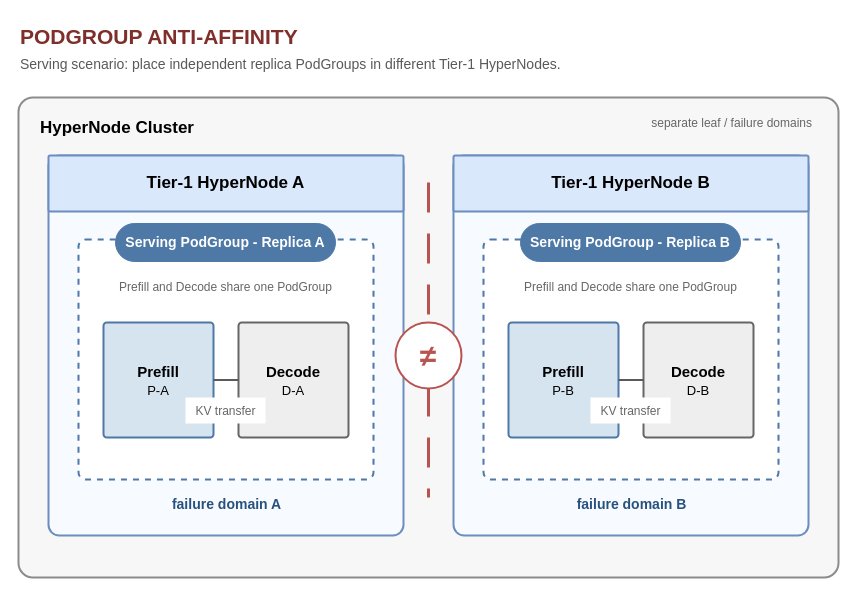
JesseStutler/volcano keeps this draw.io diagram as docs/images/network-topology/podgroup-antiaffinity-hypernode.drawio. Above is the earlier version. Source tidied: cells renumbered, new cells numbered last; positions are measured from the earlier drawing's top-left corner, leaving out a move shared by most shapes. Both pictures are drawn from the tidied source at 100%, with x=0, y=0 at pixel (18, 17).
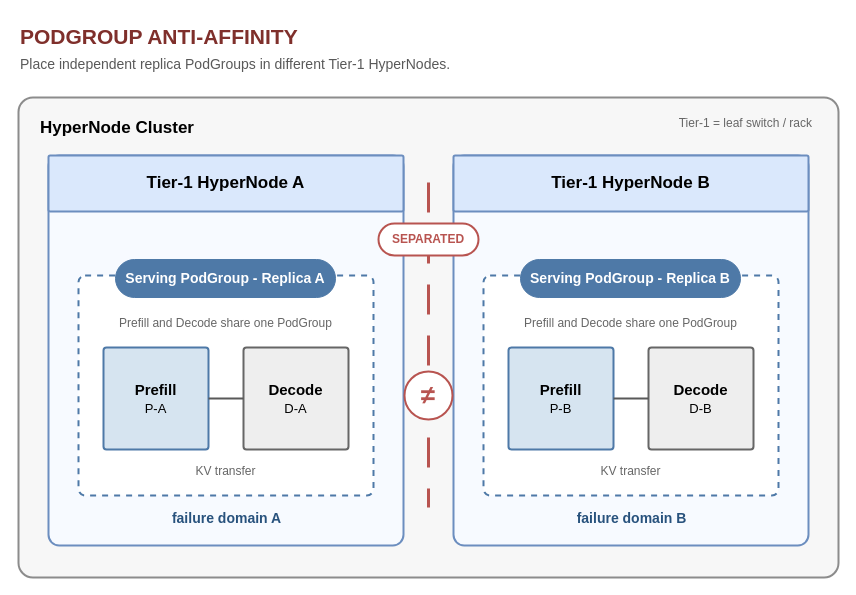
The same page after the edit.

Commit message (it also covers changes not shown here):
docs: contrast PodGroup placement policies

What changed in the source:
```diff
@@
-    <mxCell id="3" value="Serving scenario: place independent replica PodGroups in different Tier-1 HyperNodes." style="text;html=1;strokeColor=none;fillColor=none;fontSize=14;fontColor=#595959;align=left;" parent="1" vertex="1">
+    <mxCell id="3" value="Place independent replica PodGroups in different Tier-1 HyperNodes." style="text;html=1;strokeColor=none;fillColor=none;fontSize=14;fontColor=#595959;align=left;" parent="1" vertex="1">
       <mxGeometry y="32" width="700" height="28" as="geometry" />
     </mxCell>
@@
-    <mxCell id="5" value="separate leaf / failure domains" style="text;html=1;strokeColor=none;fillColor=none;fontSize=12;fontColor=#666666;align=right;" parent="1" vertex="1">
+    <mxCell id="5" value="Tier-1 = leaf switch / rack" style="text;html=1;strokeColor=none;fillColor=none;fontSize=12;fontColor=#666666;align=right;" parent="1" vertex="1">
       <mxGeometry x="610" y="92" width="185" height="25" as="geometry" />
     </mxCell>
     <mxCell id="6" style="rounded=1;arcSize=3;whiteSpace=wrap;html=1;fillColor=#f7faff;strokeColor=#6c8ebf;strokeWidth=2;" parent="1" vertex="1">
-      <mxGeometry x="30" y="138" width="355" height="380" as="geometry" />
+      <mxGeometry x="30" y="138" width="355" height="390" as="geometry" />
     </mxCell>
@@
     <mxCell id="8" value="Prefill and Decode share one PodGroup" style="rounded=1;arcSize=3;whiteSpace=wrap;html=1;fillColor=#ffffff;strokeColor=#4e79a7;strokeWidth=2;dashed=1;verticalAlign=top;spacingTop=34;fontSize=12;fontColor=#666666;" parent="1" vertex="1">
-      <mxGeometry x="60" y="222" width="295" height="240" as="geometry" />
+      <mxGeometry x="60" y="258" width="295" height="220" as="geometry" />
     </mxCell>
     <mxCell id="9" value="&lt;font color=&quot;#ffffff&quot;&gt;&lt;b&gt;Serving PodGroup - Replica A&lt;/b&gt;&lt;/font&gt;" style="rounded=1;arcSize=50;whiteSpace=wrap;html=1;fillColor=#4e79a7;strokeColor=#4e79a7;fontSize=14;" parent="1" vertex="1">
-      <mxGeometry x="97" y="206" width="220" height="38" as="geometry" />
+      <mxGeometry x="97" y="242" width="220" height="38" as="geometry" />
     </mxCell>
     <mxCell id="10" value="&lt;b&gt;Prefill&lt;/b&gt;&lt;br&gt;&lt;font size=&quot;2&quot;&gt;P-A&lt;/font&gt;" style="rounded=1;arcSize=3;whiteSpace=wrap;html=1;fillColor=#d6e4f0;strokeColor=#4e79a7;strokeWidth=2;fontSize=15;" parent="1" vertex="1">
-      <mxGeometry x="85" y="305" width="110" height="115" as="geometry" />
+      <mxGeometry x="85" y="330" width="105" height="102" as="geometry" />
     </mxCell>
     <mxCell id="11" value="&lt;b&gt;Decode&lt;/b&gt;&lt;br&gt;&lt;font size=&quot;2&quot;&gt;D-A&lt;/font&gt;" style="rounded=1;arcSize=3;whiteSpace=wrap;html=1;fillColor=#eeeeee;strokeColor=#666666;strokeWidth=2;fontSize=15;" parent="1" vertex="1">
-      <mxGeometry x="220" y="305" width="110" height="115" as="geometry" />
+      <mxGeometry x="225" y="330" width="105" height="102" as="geometry" />
     </mxCell>
@@
     <mxCell id="13" value="KV transfer" style="text;html=1;strokeColor=none;fillColor=#ffffff;fontSize=12;fontColor=#666666;align=center;" parent="1" vertex="1">
-      <mxGeometry x="167" y="380" width="80" height="26" as="geometry" />
+      <mxGeometry x="167" y="440" width="80" height="26" as="geometry" />
     </mxCell>
     <mxCell id="14" value="&lt;b&gt;failure domain A&lt;/b&gt;" style="text;html=1;strokeColor=none;fillColor=none;fontSize=14;fontColor=#28527d;align=center;" parent="1" vertex="1">
-      <mxGeometry x="120" y="472" width="175" height="28" as="geometry" />
+      <mxGeometry x="120" y="486" width="175" height="28" as="geometry" />
     </mxCell>
     <mxCell id="15" style="rounded=1;arcSize=3;whiteSpace=wrap;html=1;fillColor=#f7faff;strokeColor=#6c8ebf;strokeWidth=2;" parent="1" vertex="1">
-      <mxGeometry x="435" y="138" width="355" height="380" as="geometry" />
+      <mxGeometry x="435" y="138" width="355" height="390" as="geometry" />
     </mxCell>
@@
     <mxCell id="17" value="Prefill and Decode share one PodGroup" style="rounded=1;arcSize=3;whiteSpace=wrap;html=1;fillColor=#ffffff;strokeColor=#4e79a7;strokeWidth=2;dashed=1;verticalAlign=top;spacingTop=34;fontSize=12;fontColor=#666666;" parent="1" vertex="1">
-      <mxGeometry x="465" y="222" width="295" height="240" as="geometry" />
+      <mxGeometry x="465" y="258" width="295" height="220" as="geometry" />
     </mxCell>
     <mxCell id="18" value="&lt;font color=&quot;#ffffff&quot;&gt;&lt;b&gt;Serving PodGroup - Replica B&lt;/b&gt;&lt;/font&gt;" style="rounded=1;arcSize=50;whiteSpace=wrap;html=1;fillColor=#4e79a7;strokeColor=#4e79a7;fontSize=14;" parent="1" vertex="1">
-      <mxGeometry x="502" y="206" width="220" height="38" as="geometry" />
+      <mxGeometry x="502" y="242" width="220" height="38" as="geometry" />
     </mxCell>
     <mxCell id="19" value="&lt;b&gt;Prefill&lt;/b&gt;&lt;br&gt;&lt;font size=&quot;2&quot;&gt;P-B&lt;/font&gt;" style="rounded=1;arcSize=3;whiteSpace=wrap;html=1;fillColor=#d6e4f0;strokeColor=#4e79a7;strokeWidth=2;fontSize=15;" parent="1" vertex="1">
-      <mxGeometry x="490" y="305" width="110" height="115" as="geometry" />
+      <mxGeometry x="490" y="330" width="105" height="102" as="geometry" />
     </mxCell>
     <mxCell id="20" value="&lt;b&gt;Decode&lt;/b&gt;&lt;br&gt;&lt;font size=&quot;2&quot;&gt;D-B&lt;/font&gt;" style="rounded=1;arcSize=3;whiteSpace=wrap;html=1;fillColor=#eeeeee;strokeColor=#666666;strokeWidth=2;fontSize=15;" parent="1" vertex="1">
-      <mxGeometry x="625" y="305" width="110" height="115" as="geometry" />
+      <mxGeometry x="630" y="330" width="105" height="102" as="geometry" />
     </mxCell>
@@
     <mxCell id="22" value="KV transfer" style="text;html=1;strokeColor=none;fillColor=#ffffff;fontSize=12;fontColor=#666666;align=center;" parent="1" vertex="1">
-      <mxGeometry x="572" y="380" width="80" height="26" as="geometry" />
+      <mxGeometry x="572" y="440" width="80" height="26" as="geometry" />
     </mxCell>
     <mxCell id="23" value="&lt;b&gt;failure domain B&lt;/b&gt;" style="text;html=1;strokeColor=none;fillColor=none;fontSize=14;fontColor=#28527d;align=center;" parent="1" vertex="1">
-      <mxGeometry x="525" y="472" width="175" height="28" as="geometry" />
+      <mxGeometry x="525" y="486" width="175" height="28" as="geometry" />
     </mxCell>
     <mxCell id="24" style="edgeStyle=none;html=1;endArrow=none;strokeColor=#b85450;strokeWidth=3;dashed=1;dashPattern=10 7;" parent="1" edge="1">
       <mxGeometry relative="1" as="geometry">
         <mxPoint x="410" y="165" as="sourcePoint" />
-        <mxPoint x="410" y="480" as="targetPoint" />
+        <mxPoint x="410" y="490" as="targetPoint" />
       </mxGeometry>
     </mxCell>
+    <mxCell id="26" value="&lt;b&gt;SEPARATED&lt;/b&gt;" style="rounded=1;arcSize=50;whiteSpace=wrap;html=1;fillColor=#ffffff;strokeColor=#b85450;strokeWidth=2;fontSize=12;fontColor=#b85450;" parent="1" vertex="1">
+      <mxGeometry x="360" y="206" width="100" height="32" as="geometry" />
+    </mxCell>
-    <mxCell id="25" value="≠" style="ellipse;whiteSpace=wrap;html=1;fillColor=#ffffff;strokeColor=#b85450;strokeWidth=2;fontSize=30;fontStyle=1;fontColor=#b85450;" parent="1" vertex="1">
-      <mxGeometry x="377" y="305" width="66" height="66" as="geometry" />
+    <mxCell id="25" value="≠" style="ellipse;whiteSpace=wrap;html=1;fillColor=#ffffff;strokeColor=#b85450;strokeWidth=2;fontSize=26;fontStyle=1;fontColor=#b85450;" parent="1" vertex="1">
+      <mxGeometry x="386" y="354" width="48" height="48" as="geometry" />
     </mxCell>
```
